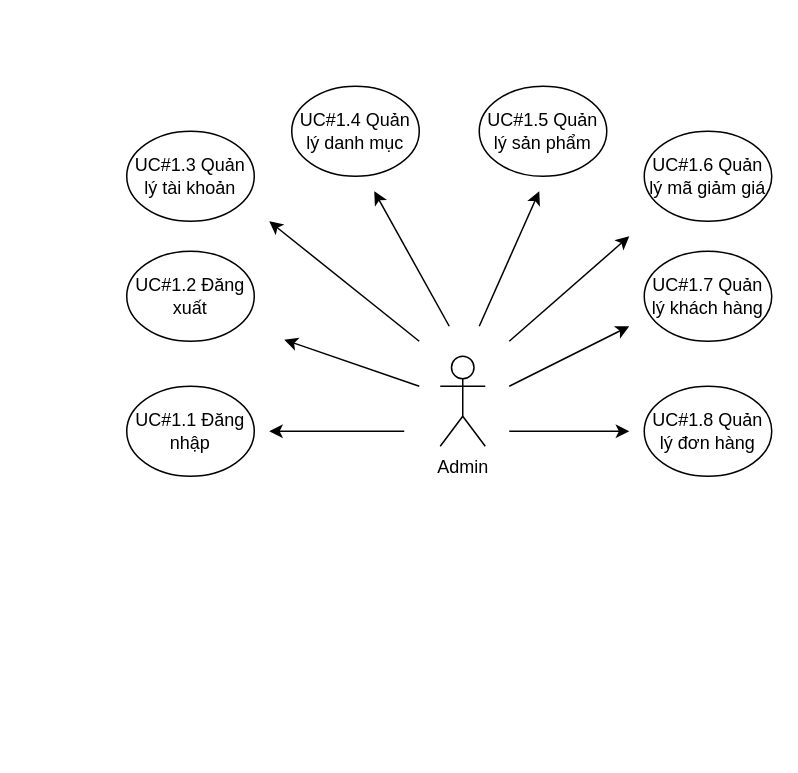
The draw.io diagram UseCaseForAdmin.drawio in A41056/ERD, before the edit. Source tidied: cells renumbered, new cells numbered last; positions are measured from the earlier drawing's top-left corner, leaving out a move shared by most shapes. Both pictures are drawn from the tidied source at 150%, with x=0, y=0 at pixel (126, 86).
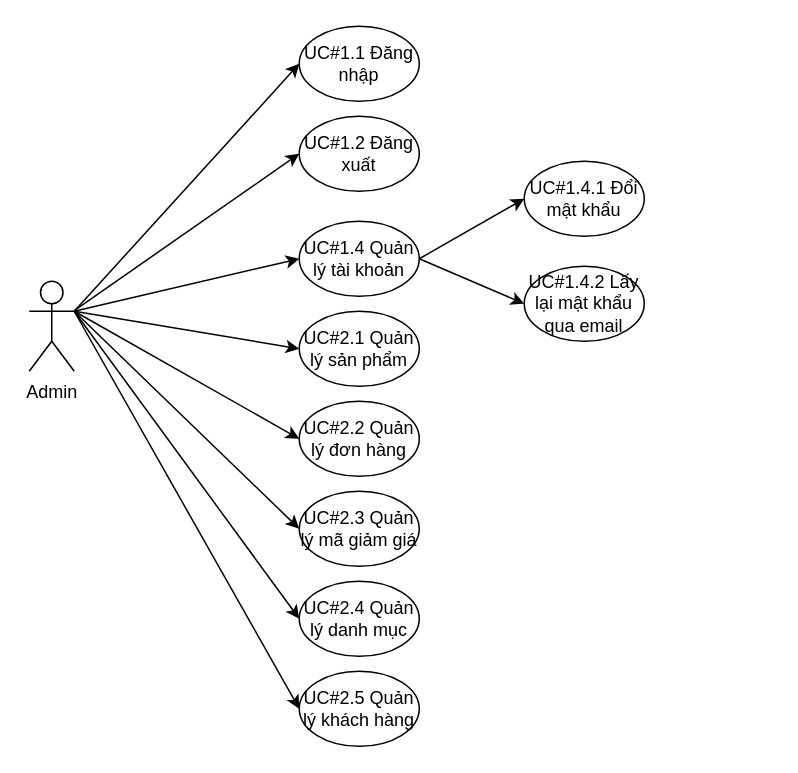
The same diagram, later.

Diff of the diagram source:
```diff
@@
-    <mxCell id="2" value="Admin&lt;div&gt;&lt;br&gt;&lt;/div&gt;" style="shape=umlActor;verticalLabelPosition=bottom;verticalAlign=top;html=1;outlineConnect=0;" parent="1" vertex="1">
-      <mxGeometry x="209" y="180" width="30" height="60" as="geometry" />
+    <mxCell id="2" value="Admin" style="shape=umlActor;verticalLabelPosition=bottom;verticalAlign=top;html=1;outlineConnect=0;" parent="1" vertex="1">
+      <mxGeometry x="-65" y="130" width="30" height="60" as="geometry" />
     </mxCell>
     <mxCell id="3" value="UC#1.1 Đăng nhập" style="ellipse;whiteSpace=wrap;html=1;" parent="1" vertex="1">
-      <mxGeometry y="200" width="85" height="60" as="geometry" />
+      <mxGeometry x="115" y="-40" width="80" height="50" as="geometry" />
     </mxCell>
     <mxCell id="4" value="UC#1.2 Đăng xuất" style="ellipse;whiteSpace=wrap;html=1;" parent="1" vertex="1">
-      <mxGeometry y="110" width="85" height="60" as="geometry" />
+      <mxGeometry x="115" y="20" width="80" height="50" as="geometry" />
     </mxCell>
-    <mxCell id="5" value="UC#1.3 Quản lý tài khoản" style="ellipse;whiteSpace=wrap;html=1;" parent="1" vertex="1">
-      <mxGeometry y="30" width="85" height="60" as="geometry" />
-    </mxCell>
-    <mxCell id="6" value="UC#1.4 Quản lý danh mục" style="ellipse;whiteSpace=wrap;html=1;" parent="1" vertex="1">
-      <mxGeometry x="110" width="85" height="60" as="geometry" />
-    </mxCell>
-    <mxCell id="7" value="UC#1.5 Quản lý sản phẩm" style="ellipse;whiteSpace=wrap;html=1;" parent="1" vertex="1">
-      <mxGeometry x="235" width="85" height="60" as="geometry" />
-    </mxCell>
-    <mxCell id="8" value="UC#1.6 Quản lý mã giảm giá" style="ellipse;whiteSpace=wrap;html=1;" parent="1" vertex="1">
-      <mxGeometry x="345" y="30" width="85" height="60" as="geometry" />
-    </mxCell>
-    <mxCell id="9" value="UC#1.7 Quản lý khách hàng" style="ellipse;whiteSpace=wrap;html=1;" parent="1" vertex="1">
-      <mxGeometry x="345" y="110" width="85" height="60" as="geometry" />
-    </mxCell>
-    <mxCell id="10" value="UC#1.8 Quản lý đơn hàng" style="ellipse;whiteSpace=wrap;html=1;" parent="1" vertex="1">
-      <mxGeometry x="345" y="200" width="85" height="60" as="geometry" />
-    </mxCell>
-    <mxCell id="11" style="endArrow=classic;html=1;rounded=0;" parent="1" edge="1">
-      <mxGeometry relative="1" as="geometry">
-        <mxPoint x="185" y="230" as="sourcePoint" />
-        <mxPoint x="95" y="230" as="targetPoint" />
-      </mxGeometry>
-    </mxCell>
-    <mxCell id="12" style="endArrow=classic;html=1;rounded=0;" parent="1" edge="1">
-      <mxGeometry relative="1" as="geometry">
-        <mxPoint x="195" y="200" as="sourcePoint" />
-        <mxPoint x="105" y="169" as="targetPoint" />
-      </mxGeometry>
-    </mxCell>
-    <mxCell id="13" style="endArrow=classic;html=1;rounded=0;" parent="1" edge="1">
-      <mxGeometry relative="1" as="geometry">
-        <mxPoint x="195" y="170" as="sourcePoint" />
-        <mxPoint x="95" y="90" as="targetPoint" />
-      </mxGeometry>
-    </mxCell>
-    <mxCell id="14" style="endArrow=classic;html=1;rounded=0;" parent="1" edge="1">
-      <mxGeometry relative="1" as="geometry">
-        <mxPoint x="215" y="160" as="sourcePoint" />
-        <mxPoint x="165" y="70" as="targetPoint" />
-      </mxGeometry>
-    </mxCell>
-    <mxCell id="15" style="endArrow=classic;html=1;rounded=0;" parent="1" edge="1">
-      <mxGeometry relative="1" as="geometry">
-        <mxPoint x="235" y="160" as="sourcePoint" />
-        <mxPoint x="275" y="70" as="targetPoint" />
-      </mxGeometry>
-    </mxCell>
-    <mxCell id="16" style="endArrow=classic;html=1;rounded=0;" parent="1" edge="1">
-      <mxGeometry relative="1" as="geometry">
-        <mxPoint x="255" y="170" as="sourcePoint" />
-        <mxPoint x="335" y="100" as="targetPoint" />
-      </mxGeometry>
-    </mxCell>
-    <mxCell id="17" style="endArrow=classic;html=1;rounded=0;" parent="1" edge="1">
-      <mxGeometry relative="1" as="geometry">
-        <mxPoint x="255" y="200" as="sourcePoint" />
-        <mxPoint x="335" y="160" as="targetPoint" />
-      </mxGeometry>
-    </mxCell>
-    <mxCell id="18" style="endArrow=classic;html=1;rounded=0;" parent="1" edge="1">
-      <mxGeometry relative="1" as="geometry">
-        <mxPoint x="255" y="230" as="sourcePoint" />
-        <mxPoint x="335" y="230" as="targetPoint" />
-      </mxGeometry>
-    </mxCell>
+    <mxCell id="19" value="UC#1.4 Quản lý tài khoản" style="ellipse;whiteSpace=wrap;html=1;" parent="1" vertex="1">
+      <mxGeometry x="115" y="90" width="80" height="50" as="geometry" />
+    </mxCell>
+    <mxCell id="20" value="UC#2.1 Quản lý sản phẩm" style="ellipse;whiteSpace=wrap;html=1;" parent="1" vertex="1">
+      <mxGeometry x="115" y="150" width="80" height="50" as="geometry" />
+    </mxCell>
+    <mxCell id="21" value="UC#2.2 Quản lý đơn hàng" style="ellipse;whiteSpace=wrap;html=1;" parent="1" vertex="1">
+      <mxGeometry x="115" y="210" width="80" height="50" as="geometry" />
+    </mxCell>
+    <mxCell id="22" value="UC#2.3 Quản lý mã giảm giá" style="ellipse;whiteSpace=wrap;html=1;" parent="1" vertex="1">
+      <mxGeometry x="115" y="270" width="80" height="50" as="geometry" />
+    </mxCell>
+    <mxCell id="23" value="UC#2.4 Quản lý danh mục" style="ellipse;whiteSpace=wrap;html=1;" parent="1" vertex="1">
+      <mxGeometry x="115" y="330" width="80" height="50" as="geometry" />
+    </mxCell>
+    <mxCell id="24" style="endArrow=classic;html=1;rounded=0;entryX=0;entryY=0.5;entryDx=0;entryDy=0;" parent="1" edge="1" target="3">
+      <mxGeometry relative="1" as="geometry">
+        <mxPoint x="-35" y="150" as="sourcePoint" />
+      </mxGeometry>
+    </mxCell>
+    <mxCell id="25" style="endArrow=classic;html=1;rounded=0;entryX=0;entryY=0.5;entryDx=0;entryDy=0;" parent="1" edge="1" source="2" target="4">
+      <mxGeometry relative="1" as="geometry" />
+    </mxCell>
+    <mxCell id="26" style="endArrow=classic;html=1;rounded=0;entryX=0;entryY=0.5;entryDx=0;entryDy=0;exitX=1;exitY=0.3333333333333333;exitDx=0;exitDy=0;exitPerimeter=0;" parent="1" edge="1" source="2" target="19">
+      <mxGeometry relative="1" as="geometry" />
+    </mxCell>
+    <mxCell id="27" style="endArrow=classic;html=1;rounded=0;entryX=0;entryY=0.5;entryDx=0;entryDy=0;exitX=1;exitY=0.3333333333333333;exitDx=0;exitDy=0;exitPerimeter=0;" parent="1" edge="1" source="2" target="20">
+      <mxGeometry relative="1" as="geometry" />
+    </mxCell>
+    <mxCell id="28" style="endArrow=classic;html=1;rounded=0;entryX=0;entryY=0.5;entryDx=0;entryDy=0;exitX=1;exitY=0.3333333333333333;exitDx=0;exitDy=0;exitPerimeter=0;" parent="1" edge="1" source="2" target="21">
+      <mxGeometry relative="1" as="geometry" />
+    </mxCell>
+    <mxCell id="29" style="endArrow=classic;html=1;rounded=0;entryX=0;entryY=0.5;entryDx=0;entryDy=0;exitX=1;exitY=0.3333333333333333;exitDx=0;exitDy=0;exitPerimeter=0;" parent="1" edge="1" source="2" target="22">
+      <mxGeometry relative="1" as="geometry" />
+    </mxCell>
+    <mxCell id="30" style="endArrow=classic;html=1;rounded=0;entryX=0;entryY=0.5;entryDx=0;entryDy=0;exitX=1;exitY=0.3333333333333333;exitDx=0;exitDy=0;exitPerimeter=0;" parent="1" edge="1" source="2" target="23">
+      <mxGeometry relative="1" as="geometry" />
+    </mxCell>
+    <mxCell id="31" value="UC#1.4.1 Đổi mật khẩu" style="ellipse;whiteSpace=wrap;html=1;" parent="1" vertex="1">
+      <mxGeometry x="265" y="50" width="80" height="50" as="geometry" />
+    </mxCell>
+    <mxCell id="32" value="UC#1.4.2 Lấy lại mật khẩu qua email" style="ellipse;whiteSpace=wrap;html=1;" parent="1" vertex="1">
+      <mxGeometry x="265" y="120" width="80" height="50" as="geometry" />
+    </mxCell>
+    <mxCell id="33" style="endArrow=classic;html=1;rounded=0;exitX=1;exitY=0.5;exitDx=0;exitDy=0;entryX=0;entryY=0.5;entryDx=0;entryDy=0;" parent="1" edge="1" source="19" target="31">
+      <mxGeometry relative="1" as="geometry" />
+    </mxCell>
+    <mxCell id="34" style="endArrow=classic;html=1;rounded=0;exitX=1;exitY=0.5;exitDx=0;exitDy=0;entryX=0;entryY=0.5;entryDx=0;entryDy=0;" parent="1" edge="1" source="19" target="32">
+      <mxGeometry relative="1" as="geometry" />
+    </mxCell>
+    <mxCell id="35" value="UC#2.5 Quản lý khách hàng" style="ellipse;whiteSpace=wrap;html=1;" parent="1" vertex="1">
+      <mxGeometry x="115" y="390" width="80" height="50" as="geometry" />
+    </mxCell>
+    <mxCell id="36" style="endArrow=classic;html=1;rounded=0;entryX=0;entryY=0.5;entryDx=0;entryDy=0;exitX=1;exitY=0.3333333333333333;exitDx=0;exitDy=0;exitPerimeter=0;" parent="1" edge="1" source="2" target="35">
+      <mxGeometry relative="1" as="geometry" />
+    </mxCell>
```
